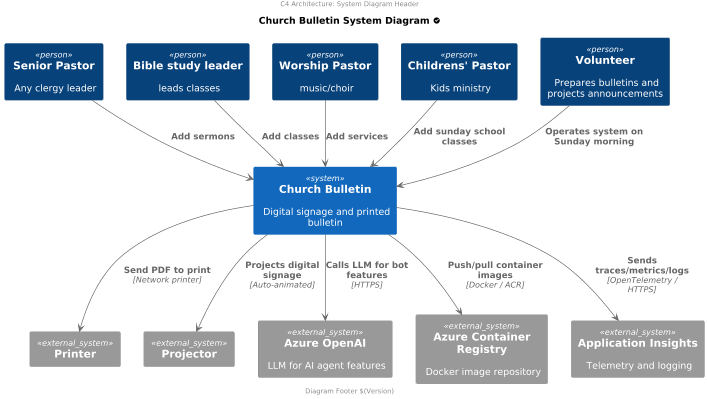
ClearMeasureLabs/bootcamp-palermo-workorders keeps this PlantUML diagram as arch/arch-c4-system.png. Above is the earlier version. Source of this version:
```plantuml
@startuml

scale 2/3
center header
    C4 Architecture: System Diagram Header
endheader

title Church Bulletin System Diagram <&circle-check>
!includeurl https://raw.githubusercontent.com/RicardoNiepel/C4-PlantUML/release/1-0/C4_Context.puml


Person(pastor, "Senior Pastor", "Any clergy leader")
Person(biblestudyleader, "Bible study leader", "leads classes")
Person(worshipleader, "Worship Pastor", "music/choir")
Person(childrenspastor, "Childrens' Pastor", "Kids ministry")
Person(volunteer, "Volunteer", "Prepares bulletins and projects announcements")

System(churchbulletin, "Church Bulletin", "Digital signage and printed bulletin")

System_Ext(printer, "Printer")
System_Ext(projector, "Projector")
System_Ext(azureOpenAI, "Azure OpenAI", "LLM for AI agent features")
System_Ext(acr, "Azure Container Registry", "Docker image repository")
System_Ext(appInsights, "Application Insights", "Telemetry and logging")

Rel(pastor, churchbulletin, "Add sermons")
Rel(biblestudyleader, churchbulletin, "Add classes")
Rel(worshipleader, churchbulletin, "Add services")
Rel(childrenspastor, churchbulletin, "Add sunday school classes")
Rel(volunteer, churchbulletin, "Operates system on Sunday morning")

Rel(churchbulletin, printer, "Send PDF to print", "Network printer")
Rel(churchbulletin, projector, "Projects digital signage", "Auto-animated")
Rel(churchbulletin, azureOpenAI, "Calls LLM for bot features", "HTTPS")
Rel(churchbulletin, acr, "Push/pull container images", "Docker / ACR")
Rel(churchbulletin, appInsights, "Sends traces/metrics/logs", "OpenTelemetry / HTTPS")

center footer
    Diagram Footer $(Version)
endfooter
@enduml
```
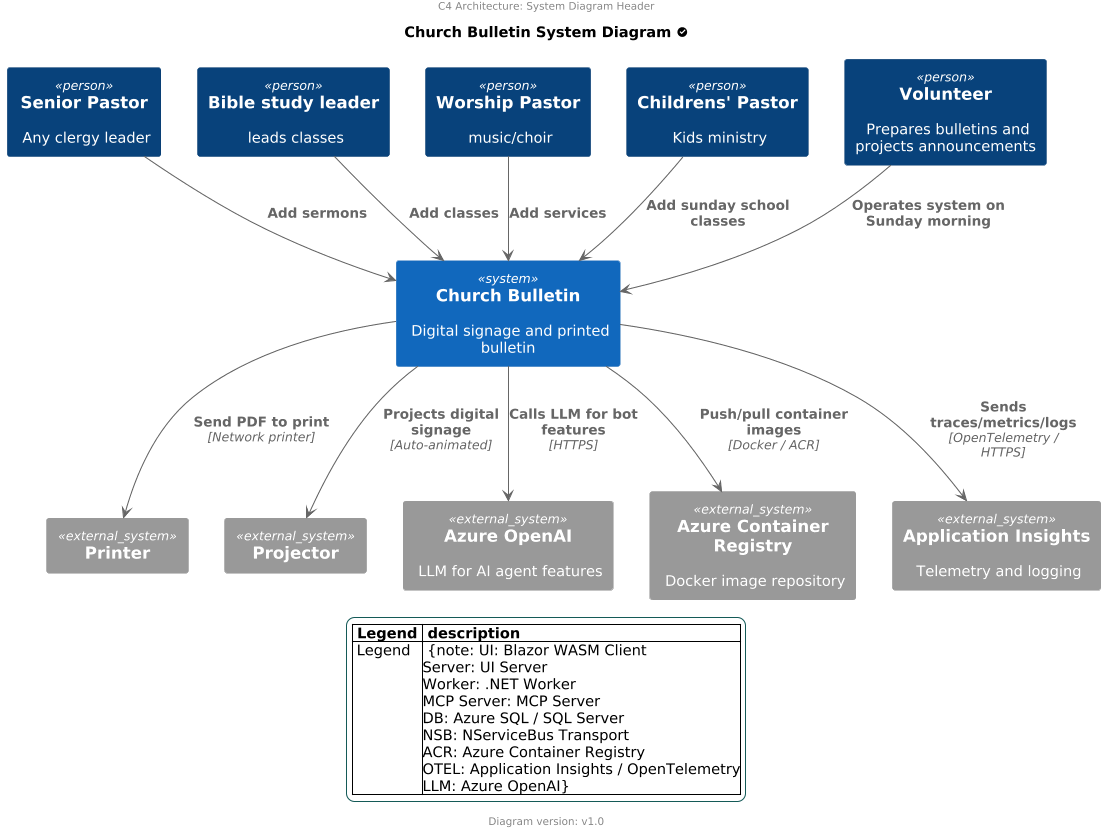
Later version of the same file.

What changed in the source:
```diff
@@ -1,4 +1,5 @@
 @startuml
+!includeurl https://raw.githubusercontent.com/ClearMeasureLabs/bootcamp-palermo-workorders/docs/architecture-enhancements/arch/templates/plantuml-theme.puml
 
 scale 2/3
 center header
@@ -35,7 +36,6 @@
 Rel(churchbulletin, acr, "Push/pull container images", "Docker / ACR")
 Rel(churchbulletin, appInsights, "Sends traces/metrics/logs", "OpenTelemetry / HTTPS")
 
-center footer
-    Diagram Footer $(Version)
-endfooter
+LEGEND("Legend","UI: Blazor WASM Client\nServer: UI Server\nWorker: .NET Worker\nMCP Server: MCP Server\nDB: Azure SQL / SQL Server\nNSB: NServiceBus Transport\nACR: Azure Container Registry\nOTEL: Application Insights / OpenTelemetry\nLLM: Azure OpenAI")
+FOOTER()
 @enduml
```
